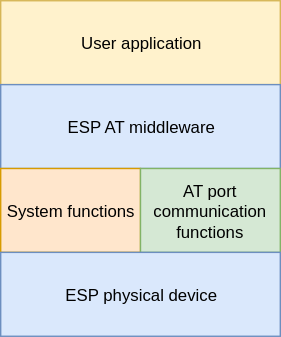
Above: docs/static/images/system_structure.svg in MaJerle/lwesp (draw.io), before the change. Source tidied: cells renumbered, new cells last; positions are measured from the earlier drawing's top-left corner, leaving out a move shared by most shapes. Source of this version:
```xml
<mxGraphModel background="#ffffff">
  <root>
    <mxCell id="0" />
    <mxCell id="1" parent="0" />
    <mxCell id="2" value="User application" style="rounded=0;whiteSpace=wrap;html=1;fillColor=#fff2cc;strokeColor=#d6b656;fontSize=12;" parent="1" vertex="1">
      <mxGeometry width="200" height="60" as="geometry" />
    </mxCell>
    <mxCell id="3" value="ESP AT middleware" style="rounded=0;whiteSpace=wrap;html=1;fillColor=#dae8fc;strokeColor=#6c8ebf;" parent="1" vertex="1">
      <mxGeometry y="60" width="200" height="60" as="geometry" />
    </mxCell>
    <mxCell id="4" value="System functions" style="rounded=0;whiteSpace=wrap;html=1;fillColor=#ffe6cc;strokeColor=#d79b00;" parent="1" vertex="1">
      <mxGeometry y="120" width="100" height="60" as="geometry" />
    </mxCell>
    <mxCell id="5" value="AT port communication functions" style="rounded=0;whiteSpace=wrap;html=1;fillColor=#d5e8d4;strokeColor=#82b366;" parent="1" vertex="1">
      <mxGeometry x="100" y="120" width="100" height="60" as="geometry" />
    </mxCell>
    <mxCell id="6" value="ESP physical device" style="rounded=0;whiteSpace=wrap;html=1;fillColor=#dae8fc;strokeColor=#6c8ebf;" parent="1" vertex="1">
      <mxGeometry y="180" width="200" height="60" as="geometry" />
    </mxCell>
  </root>
</mxGraphModel>
```
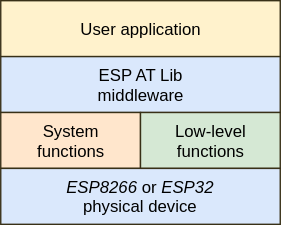
Later version of the same file.

What changed in the source:
```diff
@@ -2,20 +2,20 @@
   <root>
     <mxCell id="0" />
     <mxCell id="1" parent="0" />
-    <mxCell id="2" value="User application" style="rounded=0;whiteSpace=wrap;html=1;fillColor=#fff2cc;strokeColor=#d6b656;fontSize=12;" parent="1" vertex="1">
-      <mxGeometry width="200" height="60" as="geometry" />
+    <mxCell id="2" value="User application" style="rounded=0;whiteSpace=wrap;html=1;fillColor=#fff2cc;strokeColor=#383017;fontSize=12;" parent="1" vertex="1">
+      <mxGeometry y="-80" width="200" height="40" as="geometry" />
     </mxCell>
-    <mxCell id="3" value="ESP AT middleware" style="rounded=0;whiteSpace=wrap;html=1;fillColor=#dae8fc;strokeColor=#6c8ebf;" parent="1" vertex="1">
-      <mxGeometry y="60" width="200" height="60" as="geometry" />
+    <mxCell id="3" value="ESP AT Lib&lt;br&gt;middleware" style="rounded=0;whiteSpace=wrap;html=1;fillColor=#dae8fc;strokeColor=#383017;" parent="1" vertex="1">
+      <mxGeometry y="-40" width="200" height="40" as="geometry" />
     </mxCell>
-    <mxCell id="4" value="System functions" style="rounded=0;whiteSpace=wrap;html=1;fillColor=#ffe6cc;strokeColor=#d79b00;" parent="1" vertex="1">
-      <mxGeometry y="120" width="100" height="60" as="geometry" />
+    <mxCell id="4" value="System&lt;br&gt;functions" style="rounded=0;whiteSpace=wrap;html=1;fillColor=#ffe6cc;strokeColor=#383017;" parent="1" vertex="1">
+      <mxGeometry width="100" height="40" as="geometry" />
     </mxCell>
-    <mxCell id="5" value="AT port communication functions" style="rounded=0;whiteSpace=wrap;html=1;fillColor=#d5e8d4;strokeColor=#82b366;" parent="1" vertex="1">
-      <mxGeometry x="100" y="120" width="100" height="60" as="geometry" />
+    <mxCell id="5" value="Low-level functions" style="rounded=0;whiteSpace=wrap;html=1;fillColor=#d5e8d4;strokeColor=#383017;" parent="1" vertex="1">
+      <mxGeometry x="100" width="100" height="40" as="geometry" />
     </mxCell>
-    <mxCell id="6" value="ESP physical device" style="rounded=0;whiteSpace=wrap;html=1;fillColor=#dae8fc;strokeColor=#6c8ebf;" parent="1" vertex="1">
-      <mxGeometry y="180" width="200" height="60" as="geometry" />
+    <mxCell id="6" value="&lt;i&gt;ESP8266&lt;/i&gt; or &lt;i&gt;ESP32&lt;/i&gt;&lt;br&gt;physical device" style="rounded=0;whiteSpace=wrap;html=1;fillColor=#dae8fc;strokeColor=#383017;" parent="1" vertex="1">
+      <mxGeometry y="40" width="200" height="40" as="geometry" />
     </mxCell>
   </root>
 </mxGraphModel>
```
